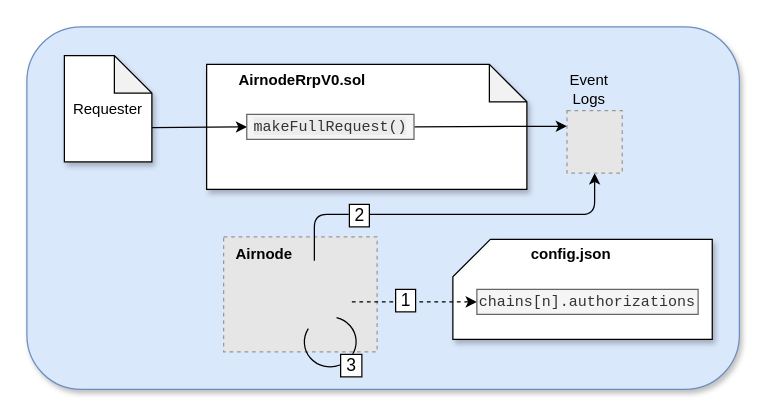
Before: docs/reference/airnode/latest/assets/diagrams/concepts-authorizations.drawio in api3dao/vitepress-docs, a draw.io diagram. Source tidied: cells renumbered, new cells numbered last; positions are measured from the earlier drawing's top-left corner, leaving out a move shared by most shapes. Both pictures are drawn from the tidied source at 125%, with x=0, y=0 at pixel (26, 26). Pictures stored in the file or linked from it are replaced by grey dashed boxes.
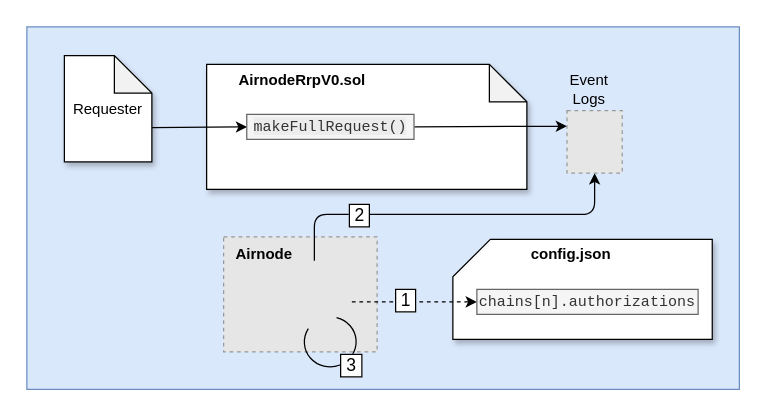
After the change.

The edit, as a diff of the source:
```diff
@@
-    <mxCell id="2" style="rounded=1;whiteSpace=wrap;html=1;labelBackgroundColor=default;fontSize=14;fillColor=#dae8fc;strokeColor=#6c8ebf;shadow=1;" parent="1" vertex="1">
+    <mxCell id="2" style="rounded=0;whiteSpace=wrap;html=1;labelBackgroundColor=default;fontSize=14;fillColor=#dae8fc;strokeColor=#6c8ebf;shadow=0;" parent="1" vertex="1">
       <mxGeometry width="570" height="290" as="geometry" />
     </mxCell>
```
